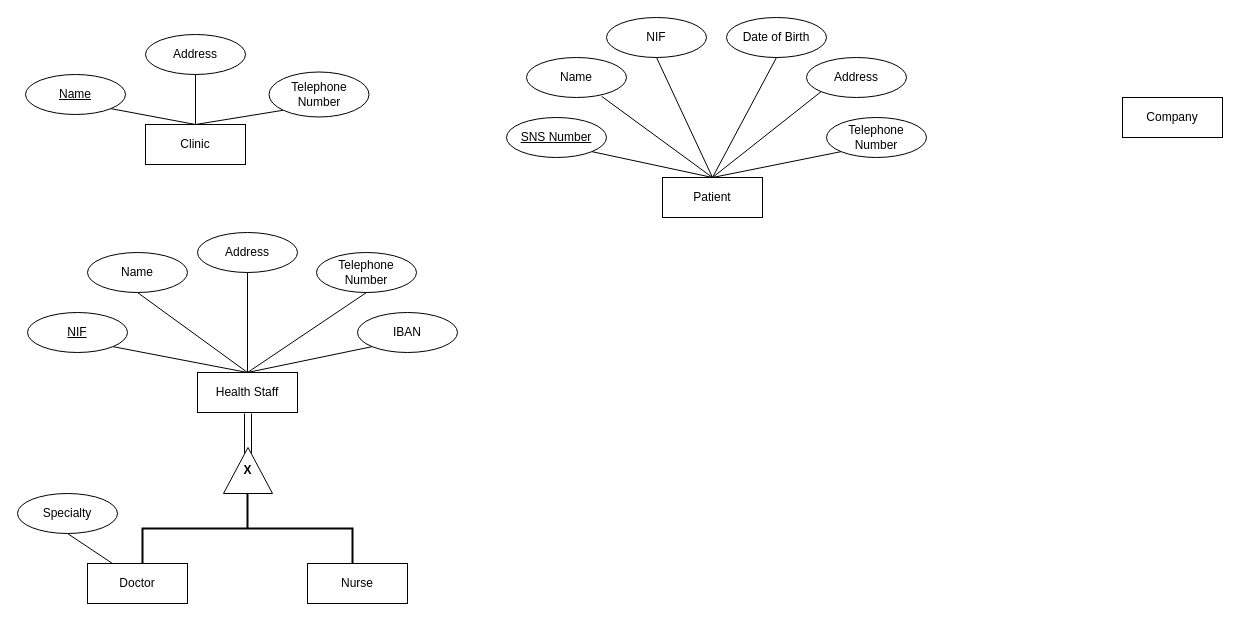
Before: Proj.drawio in mariana-marcal-santana/BD.Health-DB-Manager, a draw.io diagram. Source tidied: cells renumbered, new cells numbered last; positions are measured from the earlier drawing's top-left corner, leaving out a move shared by most shapes. Both pictures are drawn from the tidied source at 100%, with x=0, y=0 at pixel (17, 17).
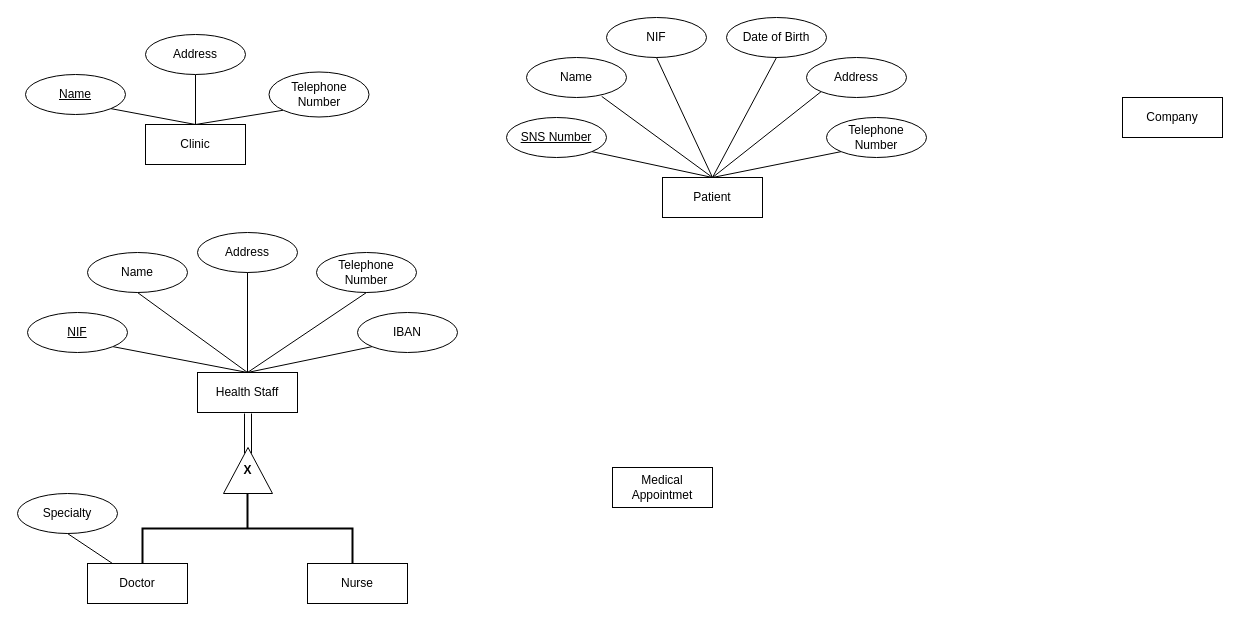
The same page after the edit.

Diff of the diagram source:
```diff
@@
+    <mxCell id="43" value="Medical Appointmet" style="whiteSpace=wrap;html=1;align=center;" parent="1" vertex="1">
+      <mxGeometry x="595" y="450" width="100" height="40" as="geometry" />
+    </mxCell>
```
